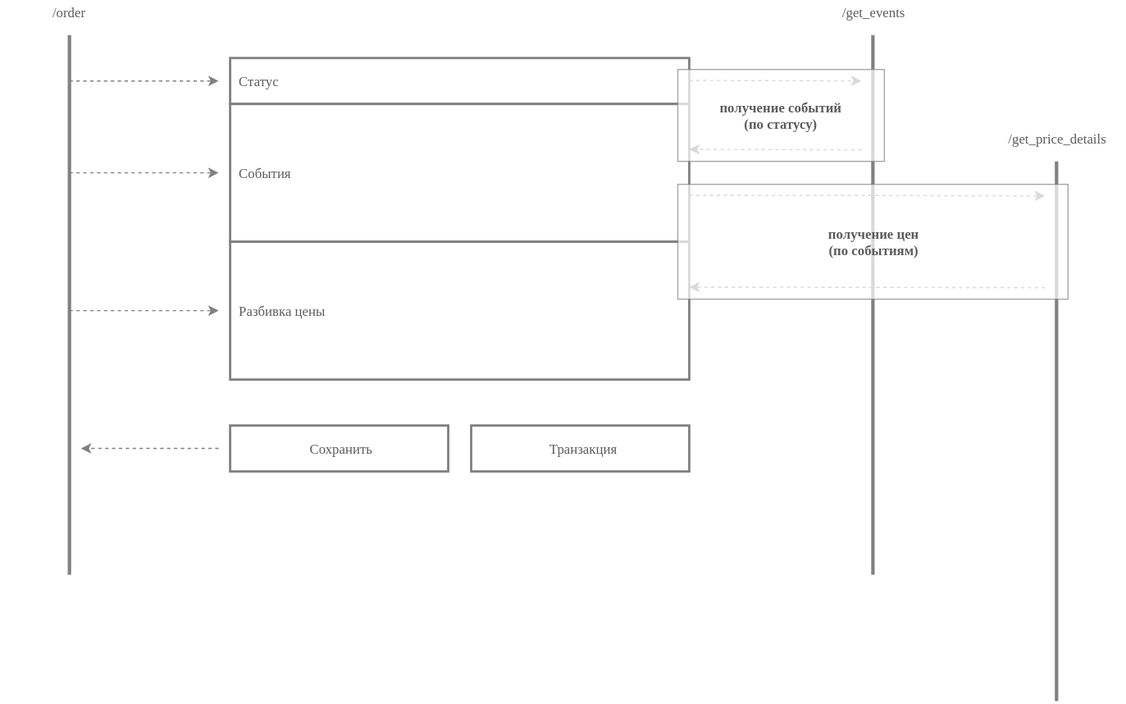
Before: calc.svg, a diagram exported from draw.io (ajile/draw-io). Source tidied: cells renumbered, new cells last; positions are measured from the earlier drawing's top-left corner, leaving out a move shared by most shapes.
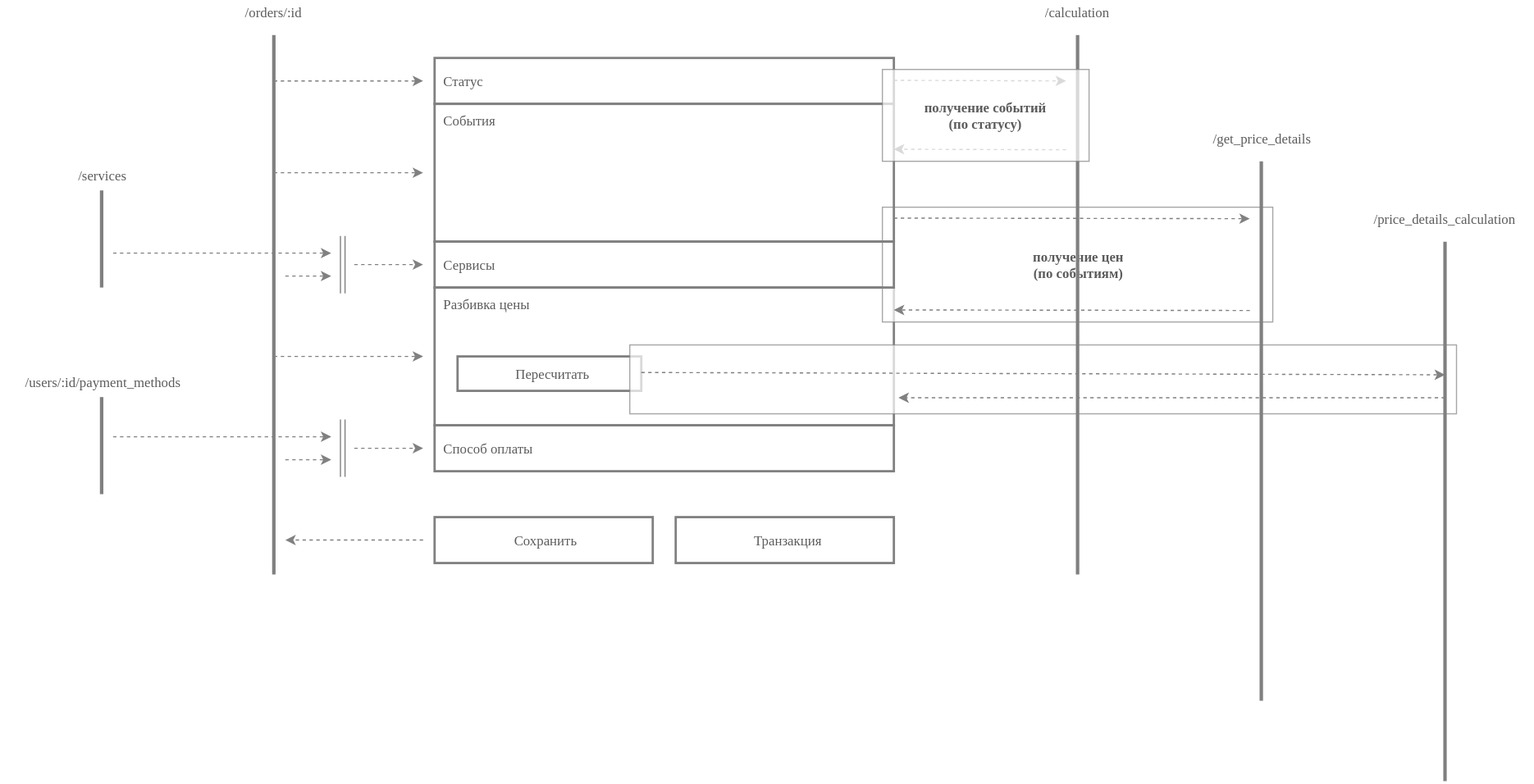
The same file after the commit.

The edit, as a diff of the source:
```diff
@@ -2,15 +2,24 @@
   <root>
     <mxCell id="0" />
     <mxCell id="1" parent="0" />
+    <mxCell id="4" value="Разбивка цены&lt;br&gt;" style="rounded=0;whiteSpace=wrap;html=1;shadow=0;strokeColor=#808080;strokeWidth=2;fillColor=none;gradientColor=none;fontFamily=Verdana;fontSize=12;fontColor=#5C5C5C;align=left;spacingLeft=5;verticalAlign=top;" parent="1" vertex="1">
+      <mxGeometry x="200" y="250" width="400" height="120" as="geometry" />
+    </mxCell>
+    <mxCell id="26" value="Пересчитать" style="rounded=0;whiteSpace=wrap;html=1;shadow=0;strokeColor=#808080;strokeWidth=2;fillColor=none;gradientColor=none;fontFamily=Verdana;fontSize=12;fontColor=#5C5C5C;align=center;spacingLeft=5;" parent="1" vertex="1">
+      <mxGeometry x="220" y="310" width="160" height="30" as="geometry" />
+    </mxCell>
+    <mxCell id="27" style="rounded=0;whiteSpace=wrap;html=1;shadow=0;strokeColor=#808080;strokeWidth=1;fillColor=#ffffff;gradientColor=none;fontFamily=Verdana;fontSize=12;fontColor=#5C5C5C;align=center;opacity=70;fontStyle=1;" parent="1" vertex="1">
+      <mxGeometry x="370" y="300" width="720" height="60" as="geometry" />
+    </mxCell>
+    <mxCell id="24" value="получение цен&lt;br&gt;(по событиям)&lt;br&gt;" style="rounded=0;whiteSpace=wrap;html=1;shadow=0;strokeColor=#808080;strokeWidth=1;fillColor=#ffffff;gradientColor=none;fontFamily=Verdana;fontSize=12;fontColor=#5C5C5C;align=center;opacity=70;fontStyle=1;" parent="1" vertex="1">
+      <mxGeometry x="590" y="180" width="340" height="100" as="geometry" />
+    </mxCell>
     <mxCell id="2" value="Статус" style="rounded=0;whiteSpace=wrap;html=1;shadow=0;strokeColor=#808080;strokeWidth=2;fillColor=none;gradientColor=none;fontFamily=Verdana;fontSize=12;fontColor=#5C5C5C;align=left;spacingLeft=5;" parent="1" vertex="1">
       <mxGeometry x="200" y="50" width="400" height="40" as="geometry" />
     </mxCell>
-    <mxCell id="3" value="События" style="rounded=0;whiteSpace=wrap;html=1;shadow=0;strokeColor=#808080;strokeWidth=2;fillColor=none;gradientColor=none;fontFamily=Verdana;fontSize=12;fontColor=#5C5C5C;align=left;spacingLeft=5;" parent="1" vertex="1">
+    <mxCell id="3" value="События" style="rounded=0;whiteSpace=wrap;html=1;shadow=0;strokeColor=#808080;strokeWidth=2;fillColor=none;gradientColor=none;fontFamily=Verdana;fontSize=12;fontColor=#5C5C5C;align=left;spacingLeft=5;verticalAlign=top;" parent="1" vertex="1">
       <mxGeometry x="200" y="90" width="400" height="120" as="geometry" />
     </mxCell>
-    <mxCell id="4" value="Разбивка цены&lt;br&gt;" style="rounded=0;whiteSpace=wrap;html=1;shadow=0;strokeColor=#808080;strokeWidth=2;fillColor=none;gradientColor=none;fontFamily=Verdana;fontSize=12;fontColor=#5C5C5C;align=left;spacingLeft=5;" parent="1" vertex="1">
-      <mxGeometry x="200" y="210" width="400" height="120" as="geometry" />
-    </mxCell>
     <mxCell id="5" style="endArrow=classic;html=1;labelBackgroundColor=none;strokeColor=#808080;strokeWidth=1;fontFamily=Verdana;fontSize=12;fontColor=#5C5C5C;dashed=1;" parent="1" edge="1">
       <mxGeometry relative="1" as="geometry">
         <mxPoint x="60" y="70" as="sourcePoint" />
@@ -25,20 +34,20 @@
     </mxCell>
     <mxCell id="7" style="endArrow=classic;html=1;labelBackgroundColor=none;strokeColor=#808080;strokeWidth=1;fontFamily=Verdana;fontSize=12;fontColor=#5C5C5C;dashed=1;" parent="1" edge="1">
       <mxGeometry relative="1" as="geometry">
-        <mxPoint x="60" y="270" as="sourcePoint" />
-        <mxPoint x="190" y="270" as="targetPoint" />
+        <mxPoint x="60" y="310" as="sourcePoint" />
+        <mxPoint x="190" y="310" as="targetPoint" />
       </mxGeometry>
     </mxCell>
     <mxCell id="8" value="Сохранить" style="rounded=0;whiteSpace=wrap;html=1;shadow=0;strokeColor=#808080;strokeWidth=2;fillColor=none;gradientColor=none;fontFamily=Verdana;fontSize=12;fontColor=#5C5C5C;align=center;spacingLeft=5;" parent="1" vertex="1">
-      <mxGeometry x="200" y="370" width="190" height="40" as="geometry" />
+      <mxGeometry x="200" y="450" width="190" height="40" as="geometry" />
     </mxCell>
     <mxCell id="9" value="Транзакция" style="rounded=0;whiteSpace=wrap;html=1;shadow=0;strokeColor=#808080;strokeWidth=2;fillColor=none;gradientColor=none;fontFamily=Verdana;fontSize=12;fontColor=#5C5C5C;align=center;spacingLeft=5;" parent="1" vertex="1">
-      <mxGeometry x="410" y="370" width="190" height="40" as="geometry" />
+      <mxGeometry x="410" y="450" width="190" height="40" as="geometry" />
     </mxCell>
     <mxCell id="10" style="group;" parent="1" vertex="1">
       <mxGeometry width="120" height="500" as="geometry" />
     </mxCell>
-    <mxCell id="11" value="/order" style="text;html=1;strokeColor=none;fillColor=none;align=center;verticalAlign=middle;whiteSpace=wrap;rounded=0;shadow=0;fontFamily=Verdana;fontSize=12;fontColor=#5C5C5C;" parent="10" vertex="1">
+    <mxCell id="11" value="/orders/:id&lt;br&gt;" style="text;html=1;strokeColor=none;fillColor=none;align=center;verticalAlign=middle;whiteSpace=wrap;rounded=0;shadow=0;fontFamily=Verdana;fontSize=12;fontColor=#5C5C5C;" parent="10" vertex="1">
       <mxGeometry width="120" height="20" as="geometry" />
     </mxCell>
     <mxCell id="12" style="endArrow=none;html=1;labelBackgroundColor=none;strokeColor=#808080;strokeWidth=3;fontFamily=Verdana;fontSize=12;fontColor=#5C5C5C;" parent="10" edge="1">
@@ -50,7 +59,7 @@
     <mxCell id="13" style="group;" parent="1" vertex="1">
       <mxGeometry x="700" width="120" height="500" as="geometry" />
     </mxCell>
-    <mxCell id="14" value="/get_events" style="text;html=1;strokeColor=none;fillColor=none;align=center;verticalAlign=middle;whiteSpace=wrap;rounded=0;shadow=0;fontFamily=Verdana;fontSize=12;fontColor=#5C5C5C;" parent="13" vertex="1">
+    <mxCell id="14" value="/calculation" style="text;html=1;strokeColor=none;fillColor=none;align=center;verticalAlign=middle;whiteSpace=wrap;rounded=0;shadow=0;fontFamily=Verdana;fontSize=12;fontColor=#5C5C5C;" parent="13" vertex="1">
       <mxGeometry width="120" height="20" as="geometry" />
     </mxCell>
     <mxCell id="15" style="endArrow=none;html=1;labelBackgroundColor=none;strokeColor=#808080;strokeWidth=3;fontFamily=Verdana;fontSize=12;fontColor=#5C5C5C;" parent="13" edge="1">
@@ -73,14 +82,14 @@
     </mxCell>
     <mxCell id="18" style="endArrow=classic;html=1;labelBackgroundColor=none;strokeColor=#808080;strokeWidth=1;fontFamily=Verdana;fontSize=12;fontColor=#5C5C5C;dashed=1;" parent="1" edge="1">
       <mxGeometry relative="1" as="geometry">
-        <mxPoint x="600" y="169.5" as="sourcePoint" />
-        <mxPoint x="910" y="170" as="targetPoint" />
+        <mxPoint x="600" y="189.5" as="sourcePoint" />
+        <mxPoint x="910" y="190" as="targetPoint" />
       </mxGeometry>
     </mxCell>
     <mxCell id="19" style="endArrow=classic;html=1;labelBackgroundColor=none;strokeColor=#808080;strokeWidth=1;fontFamily=Verdana;fontSize=12;fontColor=#5C5C5C;dashed=1;" parent="1" edge="1">
       <mxGeometry relative="1" as="geometry">
-        <mxPoint x="910" y="250" as="sourcePoint" />
-        <mxPoint x="600" y="249.5" as="targetPoint" />
+        <mxPoint x="910" y="270" as="sourcePoint" />
+        <mxPoint x="600" y="269.5" as="targetPoint" />
       </mxGeometry>
     </mxCell>
     <mxCell id="20" value="получение событий&lt;br&gt;(по статусу)&lt;br&gt;" style="rounded=0;whiteSpace=wrap;html=1;shadow=0;strokeColor=#808080;strokeWidth=1;fillColor=#ffffff;gradientColor=none;fontFamily=Verdana;fontSize=12;fontColor=#5C5C5C;align=center;opacity=70;fontStyle=1;" parent="1" vertex="1">
@@ -98,14 +107,113 @@
         <mxPoint x="60" y="30" as="targetPoint" />
       </mxGeometry>
     </mxCell>
-    <mxCell id="24" value="получение цен&lt;br&gt;(по событиям)&lt;br&gt;" style="rounded=0;whiteSpace=wrap;html=1;shadow=0;strokeColor=#808080;strokeWidth=1;fillColor=#ffffff;gradientColor=none;fontFamily=Verdana;fontSize=12;fontColor=#5C5C5C;align=center;opacity=70;fontStyle=1;" parent="1" vertex="1">
-      <mxGeometry x="590" y="160" width="340" height="100" as="geometry" />
-    </mxCell>
     <mxCell id="25" style="endArrow=classic;html=1;labelBackgroundColor=none;strokeColor=#808080;strokeWidth=1;fontFamily=Verdana;fontSize=12;fontColor=#5C5C5C;dashed=1;" parent="1" edge="1">
       <mxGeometry relative="1" as="geometry">
-        <mxPoint x="190" y="390" as="sourcePoint" />
-        <mxPoint x="70" y="390" as="targetPoint" />
+        <mxPoint x="190" y="470" as="sourcePoint" />
+        <mxPoint x="70" y="470" as="targetPoint" />
       </mxGeometry>
     </mxCell>
+    <mxCell id="28" value="Сервисы" style="rounded=0;whiteSpace=wrap;html=1;shadow=0;strokeColor=#808080;strokeWidth=2;fillColor=none;gradientColor=none;fontFamily=Verdana;fontSize=12;fontColor=#5C5C5C;align=left;spacingLeft=5;" parent="1" vertex="1">
+      <mxGeometry x="200" y="210" width="400" height="40" as="geometry" />
+    </mxCell>
+    <mxCell id="29" style="shape=link;html=1;labelBackgroundColor=none;startArrow=none;startFill=0;endArrow=classic;endFill=1;jettySize=auto;orthogonalLoop=1;strokeColor=#808080;strokeWidth=1;fontFamily=Verdana;fontSize=12;fontColor=#5C5C5C;" parent="1" edge="1">
+      <mxGeometry relative="1" as="geometry">
+        <mxPoint x="120" y="255" as="sourcePoint" />
+        <mxPoint x="120" y="205" as="targetPoint" />
+      </mxGeometry>
+    </mxCell>
+    <mxCell id="30" style="endArrow=classic;html=1;labelBackgroundColor=none;strokeColor=#808080;strokeWidth=1;fontFamily=Verdana;fontSize=12;fontColor=#5C5C5C;dashed=1;" parent="1" edge="1">
+      <mxGeometry relative="1" as="geometry">
+        <mxPoint x="130" y="230" as="sourcePoint" />
+        <mxPoint x="190" y="230" as="targetPoint" />
+      </mxGeometry>
+    </mxCell>
+    <mxCell id="31" style="endArrow=classic;html=1;labelBackgroundColor=none;strokeColor=#808080;strokeWidth=1;fontFamily=Verdana;fontSize=12;fontColor=#5C5C5C;dashed=1;" parent="1" edge="1">
+      <mxGeometry relative="1" as="geometry">
+        <mxPoint x="70" y="240" as="sourcePoint" />
+        <mxPoint x="110" y="240" as="targetPoint" />
+      </mxGeometry>
+    </mxCell>
+    <mxCell id="32" style="endArrow=classic;html=1;labelBackgroundColor=none;strokeColor=#808080;strokeWidth=1;fontFamily=Verdana;fontSize=12;fontColor=#5C5C5C;dashed=1;" parent="1" edge="1">
+      <mxGeometry relative="1" as="geometry">
+        <mxPoint x="-80" y="220" as="sourcePoint" />
+        <mxPoint x="110" y="220" as="targetPoint" />
+      </mxGeometry>
+    </mxCell>
+    <mxCell id="33" style="group;" parent="1" vertex="1">
+      <mxGeometry x="-150" y="160" width="120" height="90" as="geometry" />
+    </mxCell>
+    <mxCell id="34" value="/services&lt;br&gt;" style="text;html=1;strokeColor=none;fillColor=none;align=center;verticalAlign=middle;whiteSpace=wrap;rounded=0;shadow=0;fontFamily=Verdana;fontSize=12;fontColor=#5C5C5C;" parent="33" vertex="1">
+      <mxGeometry y="-20" width="120" height="24" as="geometry" />
+    </mxCell>
+    <mxCell id="35" style="endArrow=none;html=1;labelBackgroundColor=none;strokeColor=#808080;strokeWidth=3;fontFamily=Verdana;fontSize=12;fontColor=#5C5C5C;" parent="33" edge="1">
+      <mxGeometry relative="1" as="geometry">
+        <mxPoint x="60" y="90" as="sourcePoint" />
+        <mxPoint x="60" y="5.4" as="targetPoint" />
+      </mxGeometry>
+    </mxCell>
+    <mxCell id="36" value="Способ оплаты" style="rounded=0;whiteSpace=wrap;html=1;shadow=0;strokeColor=#808080;strokeWidth=2;fillColor=none;gradientColor=none;fontFamily=Verdana;fontSize=12;fontColor=#5C5C5C;align=left;spacingLeft=5;" parent="1" vertex="1">
+      <mxGeometry x="200" y="370" width="400" height="40" as="geometry" />
+    </mxCell>
+    <mxCell id="37" style="endArrow=classic;html=1;labelBackgroundColor=none;strokeColor=#808080;strokeWidth=1;fontFamily=Verdana;fontSize=12;fontColor=#5C5C5C;dashed=1;" parent="1" edge="1">
+      <mxGeometry relative="1" as="geometry">
+        <mxPoint x="-80" y="380" as="sourcePoint" />
+        <mxPoint x="110" y="380" as="targetPoint" />
+      </mxGeometry>
+    </mxCell>
+    <mxCell id="38" style="group;" parent="1" vertex="1">
+      <mxGeometry x="-150" y="340" width="120" height="90" as="geometry" />
+    </mxCell>
+    <mxCell id="39" value="/users/:id/payment_methods&lt;br&gt;" style="text;html=1;strokeColor=none;fillColor=none;align=center;verticalAlign=middle;whiteSpace=wrap;rounded=0;shadow=0;fontFamily=Verdana;fontSize=12;fontColor=#5C5C5C;" parent="38" vertex="1">
+      <mxGeometry y="-20" width="120" height="24" as="geometry" />
+    </mxCell>
+    <mxCell id="40" style="endArrow=none;html=1;labelBackgroundColor=none;strokeColor=#808080;strokeWidth=3;fontFamily=Verdana;fontSize=12;fontColor=#5C5C5C;" parent="38" edge="1">
+      <mxGeometry relative="1" as="geometry">
+        <mxPoint x="60" y="90" as="sourcePoint" />
+        <mxPoint x="60" y="5.4" as="targetPoint" />
+      </mxGeometry>
+    </mxCell>
+    <mxCell id="41" style="shape=link;html=1;labelBackgroundColor=none;startArrow=none;startFill=0;endArrow=classic;endFill=1;jettySize=auto;orthogonalLoop=1;strokeColor=#808080;strokeWidth=1;fontFamily=Verdana;fontSize=12;fontColor=#5C5C5C;" parent="1" edge="1">
+      <mxGeometry relative="1" as="geometry">
+        <mxPoint x="120" y="415" as="sourcePoint" />
+        <mxPoint x="120" y="365" as="targetPoint" />
+      </mxGeometry>
+    </mxCell>
+    <mxCell id="42" style="endArrow=classic;html=1;labelBackgroundColor=none;strokeColor=#808080;strokeWidth=1;fontFamily=Verdana;fontSize=12;fontColor=#5C5C5C;dashed=1;" parent="1" edge="1">
+      <mxGeometry relative="1" as="geometry">
+        <mxPoint x="130" y="390" as="sourcePoint" />
+        <mxPoint x="190" y="390" as="targetPoint" />
+      </mxGeometry>
+    </mxCell>
+    <mxCell id="43" style="endArrow=classic;html=1;labelBackgroundColor=none;strokeColor=#808080;strokeWidth=1;fontFamily=Verdana;fontSize=12;fontColor=#5C5C5C;dashed=1;" parent="1" edge="1">
+      <mxGeometry relative="1" as="geometry">
+        <mxPoint x="70" y="400" as="sourcePoint" />
+        <mxPoint x="110" y="400" as="targetPoint" />
+      </mxGeometry>
+    </mxCell>
+    <mxCell id="44" style="group;" parent="1" vertex="1">
+      <mxGeometry x="1020" y="180" width="120" height="500" as="geometry" />
+    </mxCell>
+    <mxCell id="45" value="/price_details_calculation" style="text;html=1;strokeColor=none;fillColor=none;align=center;verticalAlign=middle;whiteSpace=wrap;rounded=0;shadow=0;fontFamily=Verdana;fontSize=12;fontColor=#5C5C5C;" parent="44" vertex="1">
+      <mxGeometry width="120" height="20" as="geometry" />
+    </mxCell>
+    <mxCell id="46" style="endArrow=none;html=1;labelBackgroundColor=none;strokeColor=#808080;strokeWidth=3;fontFamily=Verdana;fontSize=12;fontColor=#5C5C5C;" parent="44" edge="1">
+      <mxGeometry relative="1" as="geometry">
+        <mxPoint x="60" y="500" as="sourcePoint" />
+        <mxPoint x="60" y="30" as="targetPoint" />
+      </mxGeometry>
+    </mxCell>
+    <mxCell id="47" style="endArrow=classic;html=1;labelBackgroundColor=none;strokeColor=#808080;strokeWidth=1;fontFamily=Verdana;fontSize=12;fontColor=#5C5C5C;dashed=1;exitX=1;exitY=0.25;" parent="1" edge="1">
+      <mxGeometry relative="1" as="geometry">
+        <mxPoint x="380" y="324" as="sourcePoint" />
+        <mxPoint x="1080" y="326" as="targetPoint" />
+      </mxGeometry>
+    </mxCell>
+    <mxCell id="48" style="endArrow=classic;html=1;labelBackgroundColor=none;strokeColor=#808080;strokeWidth=1;fontFamily=Verdana;fontSize=12;fontColor=#5C5C5C;dashed=1;" parent="1" edge="1">
+      <mxGeometry relative="1" as="geometry">
+        <mxPoint x="1080" y="346" as="sourcePoint" />
+        <mxPoint x="604" y="346" as="targetPoint" />
+      </mxGeometry>
+    </mxCell>
   </root>
 </mxGraphModel>
```
